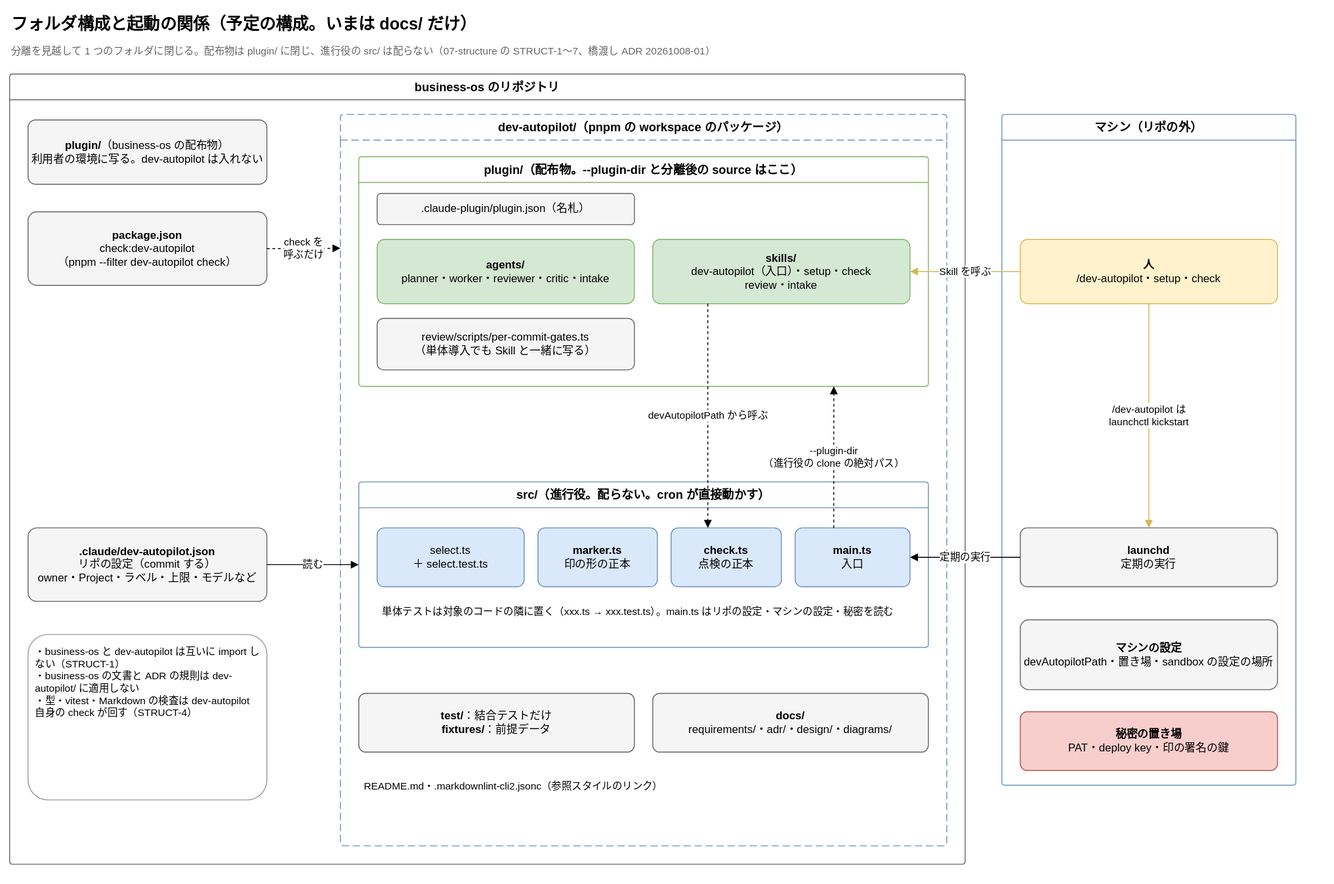
Above: dev-autopilot/docs/diagrams/structure.drawio.svg in Joymerrevent/business-os (draw.io), before the change. Source tidied: cells renumbered, new cells last; positions are measured from the earlier drawing's top-left corner, leaving out a move shared by most shapes. Its diagram source:
```xml
<mxGraphModel background="#ffffff">
  <root>
    <mxCell id="0" />
    <mxCell id="1" parent="0" />
    <mxCell id="2" value="フォルダ構成と起動の関係（予定の構成。いまは docs/ だけ）" style="text;html=1;whiteSpace=wrap;align=left;verticalAlign=middle;fontSize=18;fontStyle=1;" parent="1" vertex="1">
      <mxGeometry width="1000" height="32" as="geometry" />
    </mxCell>
    <mxCell id="3" value="分離を見越して 1 つのフォルダに閉じる。配布物は plugin/ に閉じ、進行役の src/ は配らない（07-structure の STRUCT-1〜7、橋渡し ADR 20261008-01）" style="text;html=1;whiteSpace=wrap;align=left;verticalAlign=top;fontSize=11;fontColor=#666666;" parent="1" vertex="1">
      <mxGeometry y="32" width="1420" height="22" as="geometry" />
    </mxCell>
    <mxCell id="4" value="business-os のリポジトリ" style="swimlane;startSize=28;html=1;whiteSpace=wrap;rounded=1;arcSize=4;fontStyle=1;fontSize=13;strokeColor=#666666;fillColor=none;swimlaneFillColor=none;" parent="1" vertex="1">
      <mxGeometry y="70" width="1040" height="860" as="geometry" />
    </mxCell>
    <mxCell id="5" value="&lt;b&gt;plugin/&lt;/b&gt;（business-os の配布物）&lt;br&gt;利用者の環境に写る。dev-autopilot は入れない" style="rounded=1;whiteSpace=wrap;html=1;fontSize=12;arcSize=12;fillColor=#f5f5f5;strokeColor=#666666;" parent="4" vertex="1">
      <mxGeometry x="20" y="50" width="260" height="70" as="geometry" />
    </mxCell>
    <mxCell id="6" value="&lt;b&gt;package.json&lt;/b&gt;&lt;br&gt;check:dev-autopilot&lt;br&gt;（pnpm --filter dev-autopilot check）" style="rounded=1;whiteSpace=wrap;html=1;fontSize=12;arcSize=12;fillColor=#f5f5f5;strokeColor=#666666;" parent="4" vertex="1">
      <mxGeometry x="20" y="150" width="260" height="80" as="geometry" />
    </mxCell>
    <mxCell id="7" value="&lt;b&gt;.claude/dev-autopilot.json&lt;/b&gt;&lt;br&gt;リポの設定（commit する）&lt;br&gt;owner・Project・ラベル・上限・モデルなど" style="rounded=1;whiteSpace=wrap;html=1;fontSize=12;arcSize=12;fillColor=#f5f5f5;strokeColor=#666666;" parent="4" vertex="1">
      <mxGeometry x="20" y="494" width="260" height="80" as="geometry" />
    </mxCell>
    <mxCell id="8" value="・business-os と dev-autopilot は互いに import しない（STRUCT-1）&lt;br&gt;・business-os の文書と ADR の規則は dev-autopilot/ に適用しない&lt;br&gt;・型・vitest・Markdown の検査は dev-autopilot 自身の check が回す（STRUCT-4）" style="rounded=1;whiteSpace=wrap;html=1;fontSize=12;arcSize=12;align=left;verticalAlign=top;fontSize=11;spacing=8;fillColor=#ffffff;strokeColor=#999999;" parent="4" vertex="1">
      <mxGeometry x="20" y="610" width="260" height="180" as="geometry" />
    </mxCell>
    <mxCell id="9" value="dev-autopilot/（pnpm の workspace のパッケージ）" style="swimlane;startSize=28;html=1;whiteSpace=wrap;rounded=1;arcSize=4;dashed=1;dashPattern=8 4;fontStyle=1;fontSize=13;strokeColor=#6c8ebf;fillColor=none;swimlaneFillColor=none;" parent="4" vertex="1">
      <mxGeometry x="360" y="44" width="660" height="796" as="geometry" />
    </mxCell>
    <mxCell id="10" value="plugin/（配布物。--plugin-dir と分離後の source はここ）" style="swimlane;startSize=28;html=1;whiteSpace=wrap;rounded=1;arcSize=4;fontStyle=1;fontSize=13;strokeColor=#82b366;fillColor=none;swimlaneFillColor=none;" parent="9" vertex="1">
      <mxGeometry x="20" y="46" width="620" height="250" as="geometry" />
    </mxCell>
    <mxCell id="11" value=".claude-plugin/plugin.json（名札）" style="rounded=1;whiteSpace=wrap;html=1;fontSize=12;arcSize=12;fillColor=#f5f5f5;strokeColor=#666666;" parent="10" vertex="1">
      <mxGeometry x="20" y="40" width="280" height="34" as="geometry" />
    </mxCell>
    <mxCell id="12" value="&lt;b&gt;agents/&lt;/b&gt;&lt;br&gt;planner・worker・reviewer・critic・intake" style="rounded=1;whiteSpace=wrap;html=1;fontSize=12;arcSize=12;fillColor=#d5e8d4;strokeColor=#82b366;" parent="10" vertex="1">
      <mxGeometry x="20" y="90" width="280" height="70" as="geometry" />
    </mxCell>
    <mxCell id="13" value="&lt;b&gt;skills/&lt;/b&gt;&lt;br&gt;dev-autopilot（入口）・setup・check&lt;br&gt;review・intake" style="rounded=1;whiteSpace=wrap;html=1;fontSize=12;arcSize=12;fillColor=#d5e8d4;strokeColor=#82b366;" parent="10" vertex="1">
      <mxGeometry x="320" y="90" width="280" height="70" as="geometry" />
    </mxCell>
    <mxCell id="14" value="review/scripts/per-commit-gates.ts&lt;br&gt;（単体導入でも Skill と一緒に写る）" style="rounded=1;whiteSpace=wrap;html=1;fontSize=12;arcSize=12;fillColor=#f5f5f5;strokeColor=#666666;" parent="10" vertex="1">
      <mxGeometry x="20" y="176" width="280" height="56" as="geometry" />
    </mxCell>
    <mxCell id="15" value="src/（進行役。配らない。cron が直接動かす）" style="swimlane;startSize=28;html=1;whiteSpace=wrap;rounded=1;arcSize=4;fontStyle=1;fontSize=13;strokeColor=#6c8ebf;fillColor=none;swimlaneFillColor=none;" parent="9" vertex="1">
      <mxGeometry x="20" y="400" width="620" height="180" as="geometry" />
    </mxCell>
    <mxCell id="16" value="select.ts&lt;br&gt;＋ select.test.ts" style="rounded=1;whiteSpace=wrap;html=1;fontSize=12;arcSize=12;fillColor=#dae8fc;strokeColor=#6c8ebf;" parent="15" vertex="1">
      <mxGeometry x="20" y="50" width="160" height="64" as="geometry" />
    </mxCell>
    <mxCell id="17" value="&lt;b&gt;marker.ts&lt;/b&gt;&lt;br&gt;印の形の正本" style="rounded=1;whiteSpace=wrap;html=1;fontSize=12;arcSize=12;fillColor=#dae8fc;strokeColor=#6c8ebf;" parent="15" vertex="1">
      <mxGeometry x="195" y="50" width="130" height="64" as="geometry" />
    </mxCell>
    <mxCell id="18" value="&lt;b&gt;check.ts&lt;/b&gt;&lt;br&gt;点検の正本" style="rounded=1;whiteSpace=wrap;html=1;fontSize=12;arcSize=12;fillColor=#dae8fc;strokeColor=#6c8ebf;" parent="15" vertex="1">
      <mxGeometry x="340" y="50" width="120" height="64" as="geometry" />
    </mxCell>
    <mxCell id="19" value="&lt;b&gt;main.ts&lt;/b&gt;&lt;br&gt;入口" style="rounded=1;whiteSpace=wrap;html=1;fontSize=12;arcSize=12;fillColor=#dae8fc;strokeColor=#6c8ebf;" parent="15" vertex="1">
      <mxGeometry x="475" y="50" width="125" height="64" as="geometry" />
    </mxCell>
    <mxCell id="20" value="単体テストは対象のコードの隣に置く（xxx.ts → xxx.test.ts）。main.ts はリポの設定・マシンの設定・秘密を読む" style="text;html=1;whiteSpace=wrap;align=left;verticalAlign=top;fontSize=11;spacing=6;" parent="15" vertex="1">
      <mxGeometry x="20" y="124" width="580" height="44" as="geometry" />
    </mxCell>
    <mxCell id="21" value="&lt;b&gt;test/&lt;/b&gt;：結合テストだけ&lt;br&gt;&lt;b&gt;fixtures/&lt;/b&gt;：前提データ" style="rounded=1;whiteSpace=wrap;html=1;fontSize=12;arcSize=12;fillColor=#f5f5f5;strokeColor=#666666;" parent="9" vertex="1">
      <mxGeometry x="20" y="630" width="300" height="64" as="geometry" />
    </mxCell>
    <mxCell id="22" value="&lt;b&gt;docs/&lt;/b&gt;&lt;br&gt;requirements/・adr/・design/・diagrams/" style="rounded=1;whiteSpace=wrap;html=1;fontSize=12;arcSize=12;fillColor=#f5f5f5;strokeColor=#666666;" parent="9" vertex="1">
      <mxGeometry x="340" y="630" width="300" height="64" as="geometry" />
    </mxCell>
    <mxCell id="23" value="README.md・.markdownlint-cli2.jsonc（参照スタイルのリンク）" style="text;html=1;whiteSpace=wrap;align=left;verticalAlign=top;fontSize=11;spacing=6;" parent="9" vertex="1">
      <mxGeometry x="20" y="714" width="620" height="36" as="geometry" />
    </mxCell>
    <mxCell id="24" value="マシン（リポの外）" style="swimlane;startSize=28;html=1;whiteSpace=wrap;rounded=1;arcSize=4;fontStyle=1;fontSize=13;strokeColor=#6c8ebf;fillColor=none;swimlaneFillColor=none;" parent="1" vertex="1">
      <mxGeometry x="1080" y="114" width="320" height="730" as="geometry" />
    </mxCell>
    <mxCell id="25" value="&lt;b&gt;人&lt;/b&gt;&lt;br&gt;/dev-autopilot・setup・check" style="rounded=1;whiteSpace=wrap;html=1;fontSize=12;arcSize=12;fillColor=#fff2cc;strokeColor=#d6b656;" parent="24" vertex="1">
      <mxGeometry x="20" y="136" width="280" height="70" as="geometry" />
    </mxCell>
    <mxCell id="26" value="&lt;b&gt;launchd&lt;/b&gt;&lt;br&gt;定期の実行" style="rounded=1;whiteSpace=wrap;html=1;fontSize=12;arcSize=12;fillColor=#f5f5f5;strokeColor=#666666;" parent="24" vertex="1">
      <mxGeometry x="20" y="450" width="280" height="64" as="geometry" />
    </mxCell>
    <mxCell id="27" value="&lt;b&gt;マシンの設定&lt;/b&gt;&lt;br&gt;devAutopilotPath・置き場・sandbox の設定の場所" style="rounded=1;whiteSpace=wrap;html=1;fontSize=12;arcSize=12;fillColor=#f5f5f5;strokeColor=#666666;" parent="24" vertex="1">
      <mxGeometry x="20" y="550" width="280" height="76" as="geometry" />
    </mxCell>
    <mxCell id="28" value="&lt;b&gt;秘密の置き場&lt;/b&gt;&lt;br&gt;PAT・deploy key・印の署名の鍵" style="rounded=1;whiteSpace=wrap;html=1;fontSize=12;arcSize=12;fillColor=#f8cecc;strokeColor=#b85450;" parent="24" vertex="1">
      <mxGeometry x="20" y="650" width="280" height="64" as="geometry" />
    </mxCell>
    <mxCell id="29" value="Skill を呼ぶ" style="edgeStyle=orthogonalEdgeStyle;rounded=1;html=1;endArrow=block;endFill=1;fontSize=11;labelBackgroundColor=#ffffff;strokeColor=#d6b656;exitX=0;exitY=0.5;exitDx=0;exitDy=0;entryX=1;entryY=0.5;entryDx=0;entryDy=0;" parent="1" edge="1" source="25" target="13">
      <mxGeometry relative="1" as="geometry" />
    </mxCell>
    <mxCell id="30" value="/dev-autopilot は&lt;br&gt;launchctl kickstart" style="edgeStyle=orthogonalEdgeStyle;rounded=1;html=1;endArrow=block;endFill=1;fontSize=11;labelBackgroundColor=#ffffff;strokeColor=#d6b656;exitX=0.5;exitY=1;exitDx=0;exitDy=0;entryX=0.5;entryY=0;entryDx=0;entryDy=0;" parent="1" edge="1" source="25" target="26">
      <mxGeometry relative="1" as="geometry" />
    </mxCell>
    <mxCell id="31" value="定期の実行" style="edgeStyle=orthogonalEdgeStyle;rounded=1;html=1;endArrow=block;endFill=1;fontSize=11;labelBackgroundColor=#ffffff;exitX=0;exitY=0.5;exitDx=0;exitDy=0;entryX=1;entryY=0.5;entryDx=0;entryDy=0;" parent="1" edge="1" source="26" target="19">
      <mxGeometry relative="1" as="geometry" />
    </mxCell>
    <mxCell id="32" value="--plugin-dir&lt;br&gt;（進行役の clone の絶対パス）" style="edgeStyle=orthogonalEdgeStyle;rounded=1;html=1;endArrow=block;endFill=1;fontSize=11;labelBackgroundColor=#ffffff;dashed=1;exitX=0.336;exitY=0;exitDx=0;exitDy=0;entryX=0.834;entryY=1;entryDx=0;entryDy=0;" parent="1" edge="1" source="19" target="10">
      <mxGeometry relative="1" as="geometry" />
    </mxCell>
    <mxCell id="33" value="devAutopilotPath から呼ぶ" style="edgeStyle=orthogonalEdgeStyle;rounded=1;html=1;endArrow=block;endFill=1;fontSize=11;labelBackgroundColor=#ffffff;dashed=1;exitX=0.214;exitY=1;exitDx=0;exitDy=0;entryX=0.333;entryY=0;entryDx=0;entryDy=0;" parent="1" edge="1" source="13" target="18">
      <mxGeometry relative="1" as="geometry" />
    </mxCell>
    <mxCell id="34" value="check を&lt;br&gt;呼ぶだけ" style="edgeStyle=orthogonalEdgeStyle;rounded=1;html=1;endArrow=block;endFill=1;fontSize=11;labelBackgroundColor=#ffffff;dashed=1;exitX=1;exitY=0.5;exitDx=0;exitDy=0;entryX=0;entryY=0.183;entryDx=0;entryDy=0;" parent="1" edge="1" source="6" target="9">
      <mxGeometry relative="1" as="geometry" />
    </mxCell>
    <mxCell id="35" value="読む" style="edgeStyle=orthogonalEdgeStyle;rounded=1;html=1;endArrow=block;endFill=1;fontSize=11;labelBackgroundColor=#ffffff;exitX=1;exitY=0.5;exitDx=0;exitDy=0;entryX=0;entryY=0.5;entryDx=0;entryDy=0;" parent="1" edge="1" source="7" target="15">
      <mxGeometry relative="1" as="geometry" />
    </mxCell>
  </root>
</mxGraphModel>
```
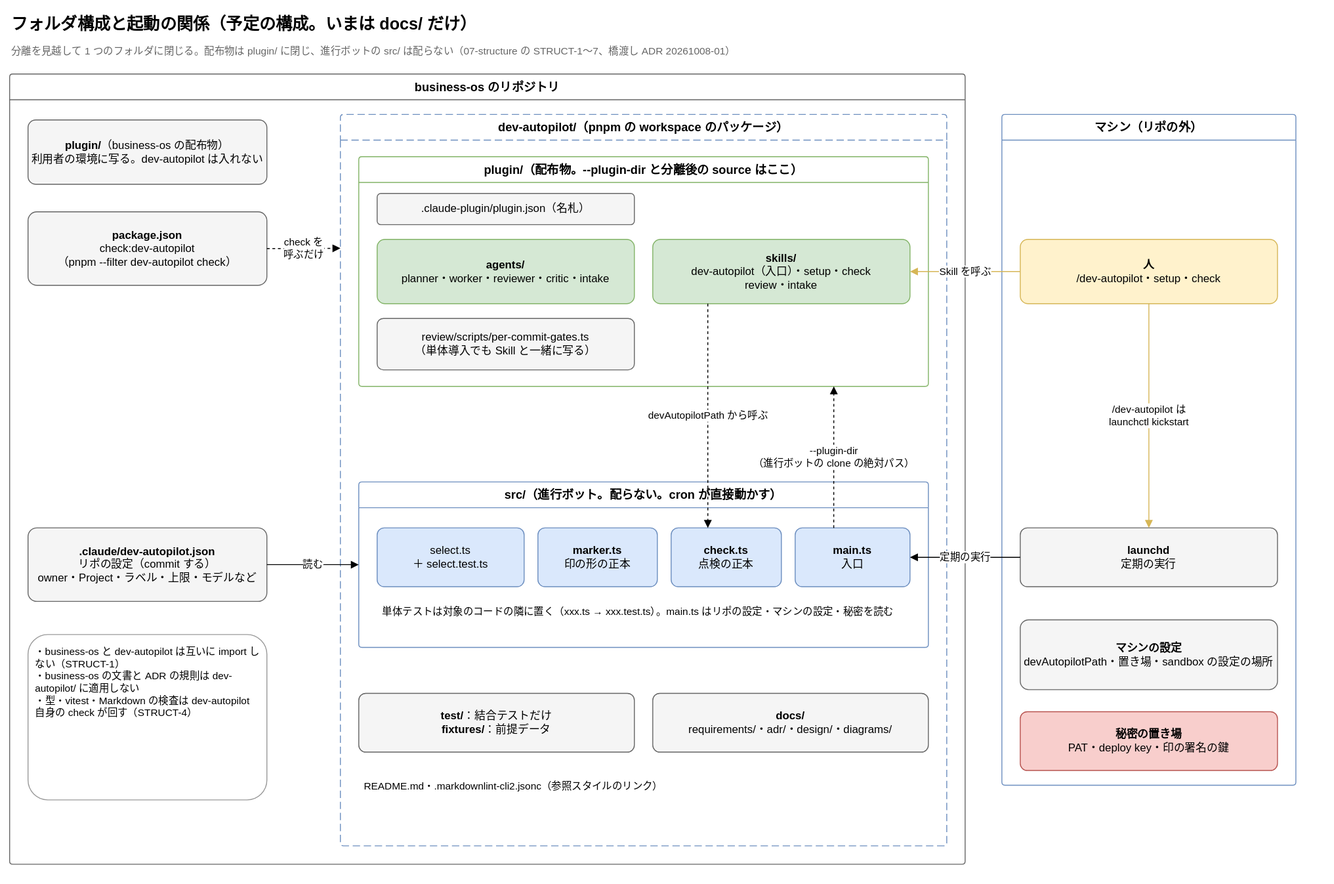
Above is the later version.

The edit, as a diff of the source:
```diff
@@ -5,7 +5,7 @@
     <mxCell id="2" value="フォルダ構成と起動の関係（予定の構成。いまは docs/ だけ）" style="text;html=1;whiteSpace=wrap;align=left;verticalAlign=middle;fontSize=18;fontStyle=1;" parent="1" vertex="1">
       <mxGeometry width="1000" height="32" as="geometry" />
     </mxCell>
-    <mxCell id="3" value="分離を見越して 1 つのフォルダに閉じる。配布物は plugin/ に閉じ、進行役の src/ は配らない（07-structure の STRUCT-1〜7、橋渡し ADR 20261008-01）" style="text;html=1;whiteSpace=wrap;align=left;verticalAlign=top;fontSize=11;fontColor=#666666;" parent="1" vertex="1">
+    <mxCell id="3" value="分離を見越して 1 つのフォルダに閉じる。配布物は plugin/ に閉じ、進行ボットの src/ は配らない（07-structure の STRUCT-1〜7、橋渡し ADR 20261008-01）" style="text;html=1;whiteSpace=wrap;align=left;verticalAlign=top;fontSize=11;fontColor=#666666;" parent="1" vertex="1">
       <mxGeometry y="32" width="1420" height="22" as="geometry" />
     </mxCell>
     <mxCell id="4" value="business-os のリポジトリ" style="swimlane;startSize=28;html=1;whiteSpace=wrap;rounded=1;arcSize=4;fontStyle=1;fontSize=13;strokeColor=#666666;fillColor=none;swimlaneFillColor=none;" parent="1" vertex="1">
@@ -41,7 +41,7 @@
     <mxCell id="14" value="review/scripts/per-commit-gates.ts&lt;br&gt;（単体導入でも Skill と一緒に写る）" style="rounded=1;whiteSpace=wrap;html=1;fontSize=12;arcSize=12;fillColor=#f5f5f5;strokeColor=#666666;" parent="10" vertex="1">
       <mxGeometry x="20" y="176" width="280" height="56" as="geometry" />
     </mxCell>
-    <mxCell id="15" value="src/（進行役。配らない。cron が直接動かす）" style="swimlane;startSize=28;html=1;whiteSpace=wrap;rounded=1;arcSize=4;fontStyle=1;fontSize=13;strokeColor=#6c8ebf;fillColor=none;swimlaneFillColor=none;" parent="9" vertex="1">
+    <mxCell id="15" value="src/（進行ボット。配らない。cron が直接動かす）" style="swimlane;startSize=28;html=1;whiteSpace=wrap;rounded=1;arcSize=4;fontStyle=1;fontSize=13;strokeColor=#6c8ebf;fillColor=none;swimlaneFillColor=none;" parent="9" vertex="1">
       <mxGeometry x="20" y="400" width="620" height="180" as="geometry" />
     </mxCell>
     <mxCell id="16" value="select.ts&lt;br&gt;＋ select.test.ts" style="rounded=1;whiteSpace=wrap;html=1;fontSize=12;arcSize=12;fillColor=#dae8fc;strokeColor=#6c8ebf;" parent="15" vertex="1">
@@ -92,7 +92,7 @@
     <mxCell id="31" value="定期の実行" style="edgeStyle=orthogonalEdgeStyle;rounded=1;html=1;endArrow=block;endFill=1;fontSize=11;labelBackgroundColor=#ffffff;exitX=0;exitY=0.5;exitDx=0;exitDy=0;entryX=1;entryY=0.5;entryDx=0;entryDy=0;" parent="1" edge="1" source="26" target="19">
       <mxGeometry relative="1" as="geometry" />
     </mxCell>
-    <mxCell id="32" value="--plugin-dir&lt;br&gt;（進行役の clone の絶対パス）" style="edgeStyle=orthogonalEdgeStyle;rounded=1;html=1;endArrow=block;endFill=1;fontSize=11;labelBackgroundColor=#ffffff;dashed=1;exitX=0.336;exitY=0;exitDx=0;exitDy=0;entryX=0.834;entryY=1;entryDx=0;entryDy=0;" parent="1" edge="1" source="19" target="10">
+    <mxCell id="32" value="--plugin-dir&lt;br&gt;（進行ボットの clone の絶対パス）" style="edgeStyle=orthogonalEdgeStyle;rounded=1;html=1;endArrow=block;endFill=1;fontSize=11;labelBackgroundColor=#ffffff;dashed=1;exitX=0.336;exitY=0;exitDx=0;exitDy=0;entryX=0.834;entryY=1;entryDx=0;entryDy=0;" parent="1" edge="1" source="19" target="10">
       <mxGeometry relative="1" as="geometry" />
     </mxCell>
     <mxCell id="33" value="devAutopilotPath から呼ぶ" style="edgeStyle=orthogonalEdgeStyle;rounded=1;html=1;endArrow=block;endFill=1;fontSize=11;labelBackgroundColor=#ffffff;dashed=1;exitX=0.214;exitY=1;exitDx=0;exitDy=0;entryX=0.333;entryY=0;entryDx=0;entryDy=0;" parent="1" edge="1" source="13" target="18">
```
